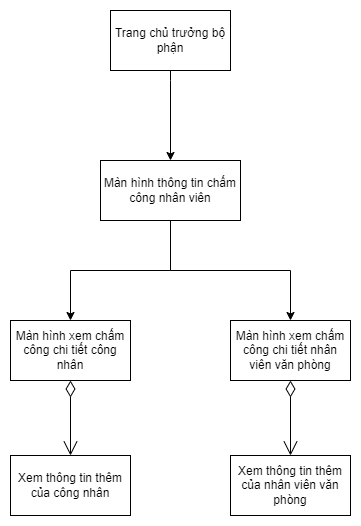
Before: Homework04/VuTungDuong-20200125/Image/screen transition.png, a diagram exported from draw.io (S1mpleAsia/2023.1-144929-01). Source tidied: cells renumbered, new cells last; positions are measured from the earlier drawing's top-left corner, leaving out a move shared by most shapes.
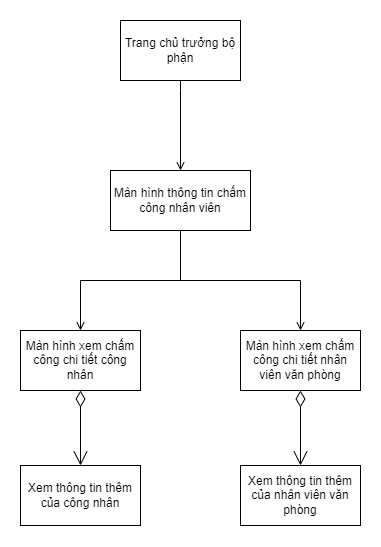
The same diagram one commit later.

Commit message:
update screen transition

Change to the diagram source:
```diff
@@ -2,7 +2,7 @@
   <root>
     <mxCell id="0" />
     <mxCell id="1" parent="0" />
-    <mxCell id="2" style="edgeStyle=orthogonalEdgeStyle;rounded=0;jettySize=auto;html=1;" parent="1" edge="1" source="3" target="6">
+    <mxCell id="2" style="edgeStyle=orthogonalEdgeStyle;rounded=0;jettySize=auto;html=1;endArrow=open;endFill=0;" parent="1" edge="1" source="3" target="6">
       <mxGeometry relative="1" as="geometry">
         <Array as="points">
           <mxPoint x="160" y="70" />
@@ -13,10 +13,10 @@
     <mxCell id="3" value="Trang chủ trưởng bộ phận" style="rounded=0;whiteSpace=wrap;html=1;" parent="1" vertex="1">
       <mxGeometry x="100" width="120" height="60" as="geometry" />
     </mxCell>
-    <mxCell id="4" style="edgeStyle=orthogonalEdgeStyle;rounded=0;jettySize=auto;html=1;" parent="1" edge="1" source="6" target="7">
+    <mxCell id="4" style="edgeStyle=orthogonalEdgeStyle;rounded=0;jettySize=auto;html=1;endArrow=open;endFill=0;" parent="1" edge="1" source="6" target="7">
       <mxGeometry relative="1" as="geometry" />
     </mxCell>
-    <mxCell id="5" style="edgeStyle=orthogonalEdgeStyle;rounded=0;jettySize=auto;html=1;" parent="1" edge="1" source="6" target="8">
+    <mxCell id="5" style="edgeStyle=orthogonalEdgeStyle;rounded=0;jettySize=auto;html=1;endArrow=open;endFill=0;" parent="1" edge="1" source="6" target="8">
       <mxGeometry relative="1" as="geometry" />
     </mxCell>
     <mxCell id="6" value="Màn hình thông tin chấm công nhân viên" style="rounded=0;whiteSpace=wrap;html=1;" parent="1" vertex="1">
```
